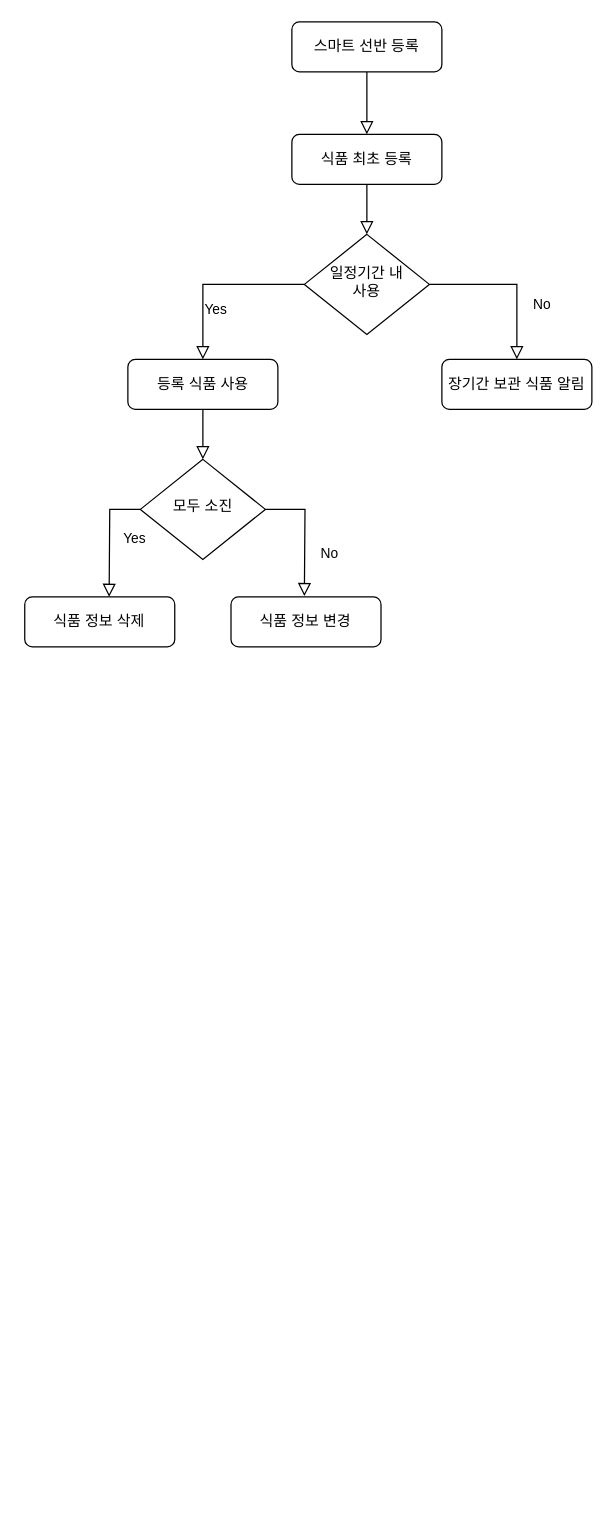
Before: 제목 없는 다이어그램.drawio in coin-cidence/FT_ieland_Introduce, a draw.io diagram. Source tidied: cells renumbered, new cells numbered last; positions are measured from the earlier drawing's top-left corner, leaving out a move shared by most shapes. Both pictures are drawn from the tidied source at 125%, with x=0, y=0 at pixel (24, 21). Pictures stored in the file or linked from it are replaced by grey dashed boxes.
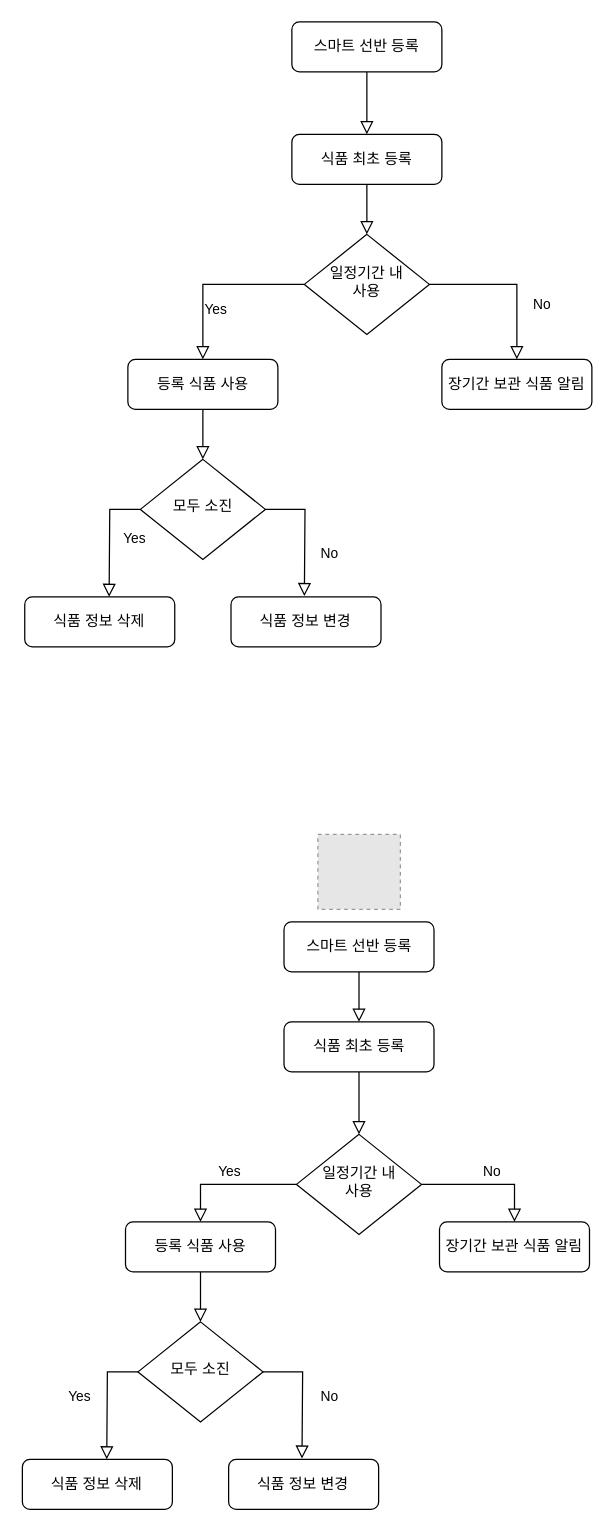
Above is the later version.

Commit message:
유즈케이스 다이어그램.drawio 업데이트

The edit, as a diff of the source:
```diff
@@
+    <mxCell id="17" style="rounded=0;html=1;jettySize=auto;fontSize=11;endArrow=block;endFill=0;endSize=8;strokeWidth=1;shadow=0;labelBackgroundColor=none;edgeStyle=orthogonalEdgeStyle;entryX=0.5;entryY=0;entryDx=0;entryDy=0;" parent="1" edge="1" source="18" target="25">
+      <mxGeometry relative="1" as="geometry" />
+    </mxCell>
+    <mxCell id="18" value="스마트 선반 등록" style="rounded=1;whiteSpace=wrap;html=1;fontSize=12;glass=0;strokeWidth=1;shadow=0;" parent="1" vertex="1">
+      <mxGeometry x="207.7" y="720" width="120" height="40" as="geometry" />
+    </mxCell>
+    <mxCell id="19" value="Yes" style="rounded=0;html=1;jettySize=auto;fontSize=11;endArrow=block;endFill=0;endSize=8;strokeWidth=1;shadow=0;labelBackgroundColor=none;edgeStyle=orthogonalEdgeStyle;entryX=0.5;entryY=0;entryDx=0;entryDy=0;exitX=0;exitY=0.5;exitDx=0;exitDy=0;" parent="1" edge="1" source="22">
+      <mxGeometry x="-0.05" y="-22" relative="1" as="geometry">
+        <mxPoint x="65.9" y="1150" as="targetPoint" />
+      </mxGeometry>
+    </mxCell>
+    <mxCell id="20" value="등록 식품 사용" style="rounded=1;whiteSpace=wrap;html=1;fontSize=12;glass=0;strokeWidth=1;shadow=0;" parent="1" vertex="1">
+      <mxGeometry x="80.9" y="960" width="120" height="40" as="geometry" />
+    </mxCell>
+    <mxCell id="21" value="No" style="rounded=0;html=1;jettySize=auto;fontSize=11;endArrow=block;endFill=0;endSize=8;strokeWidth=1;shadow=0;labelBackgroundColor=none;edgeStyle=orthogonalEdgeStyle;entryX=0.427;entryY=-0.015;entryDx=0;entryDy=0;entryPerimeter=0;exitX=1;exitY=0.5;exitDx=0;exitDy=0;" parent="1" edge="1" source="22">
+      <mxGeometry x="0.02" y="22" relative="1" as="geometry">
+        <mxPoint x="222.1" y="1149.4" as="targetPoint" />
+      </mxGeometry>
+    </mxCell>
+    <mxCell id="22" value="모두 소진" style="rhombus;whiteSpace=wrap;html=1;shadow=0;fontFamily=Helvetica;fontSize=12;align=center;strokeWidth=1;spacing=6;spacingTop=-4;" parent="1" vertex="1">
+      <mxGeometry x="90.9" y="1040" width="100" height="80" as="geometry" />
+    </mxCell>
+    <mxCell id="23" value="장기간 보관 식품 알림" style="rounded=1;whiteSpace=wrap;html=1;fontSize=12;glass=0;strokeWidth=1;shadow=0;" parent="1" vertex="1">
+      <mxGeometry x="332.1" y="960" width="120" height="40" as="geometry" />
+    </mxCell>
+    <mxCell id="24" value="식품 정보 삭제" style="rounded=1;whiteSpace=wrap;html=1;fontSize=12;glass=0;strokeWidth=1;shadow=0;" parent="1" vertex="1">
+      <mxGeometry x="-1.6" y="1150" width="120" height="40" as="geometry" />
+    </mxCell>
+    <mxCell id="25" value="식품 최초 등록" style="rounded=1;whiteSpace=wrap;html=1;fontSize=12;glass=0;strokeWidth=1;shadow=0;" parent="1" vertex="1">
+      <mxGeometry x="207.7" y="800" width="120" height="40" as="geometry" />
+    </mxCell>
+    <mxCell id="26" value="식품 정보 변경" style="rounded=1;whiteSpace=wrap;html=1;fontSize=12;glass=0;strokeWidth=1;shadow=0;" parent="1" vertex="1">
+      <mxGeometry x="163.4" y="1150" width="120" height="40" as="geometry" />
+    </mxCell>
+    <mxCell id="27" style="edgeStyle=orthogonalEdgeStyle;rounded=0;html=1;jettySize=auto;fontSize=11;endArrow=block;endFill=0;endSize=8;strokeWidth=1;shadow=0;labelBackgroundColor=none;exitX=0.5;exitY=1;exitDx=0;exitDy=0;entryX=0.5;entryY=0;entryDx=0;entryDy=0;" parent="1" edge="1" source="20" target="22">
+      <mxGeometry y="10" relative="1" as="geometry" />
+    </mxCell>
+    <mxCell id="28" value="No" style="rounded=0;html=1;jettySize=auto;fontSize=11;endArrow=block;endFill=0;endSize=8;strokeWidth=1;shadow=0;labelBackgroundColor=none;edgeStyle=orthogonalEdgeStyle;entryX=0.5;entryY=0;entryDx=0;entryDy=0;exitX=1;exitY=0.5;exitDx=0;exitDy=0;" parent="1" edge="1" source="29" target="23">
+      <mxGeometry x="0.08" y="10" relative="1" as="geometry" />
+    </mxCell>
+    <mxCell id="29" value="일정기간&amp;nbsp;&lt;span style=&quot;background-color: initial;&quot;&gt;내&lt;/span&gt;&lt;div&gt;&lt;span style=&quot;background-color: initial;&quot;&gt;사용&lt;/span&gt;&lt;/div&gt;" style="rhombus;whiteSpace=wrap;html=1;shadow=0;fontFamily=Helvetica;fontSize=12;align=center;strokeWidth=1;spacing=6;spacingTop=-4;" parent="1" vertex="1">
+      <mxGeometry x="217.7" y="890" width="100" height="80" as="geometry" />
+    </mxCell>
+    <mxCell id="30" style="rounded=0;html=1;jettySize=auto;fontSize=11;endArrow=block;endFill=0;endSize=8;strokeWidth=1;shadow=0;labelBackgroundColor=none;edgeStyle=orthogonalEdgeStyle;entryX=0.5;entryY=0;entryDx=0;entryDy=0;exitX=0.5;exitY=1;exitDx=0;exitDy=0;" parent="1" edge="1" source="25" target="29">
+      <mxGeometry relative="1" as="geometry" />
+    </mxCell>
+    <mxCell id="31" style="fillColor=#E6E6E6;strokeColor=#999999;dashed=1;verticalLabelPosition=bottom;labelBackgroundColor=default;verticalAlign=top;" parent="1" vertex="1">
+      <mxGeometry x="234.8" y="650" width="66" height="60" as="geometry" />
+    </mxCell>
+    <mxCell id="32" value="Yes" style="rounded=0;html=1;jettySize=auto;fontSize=11;endArrow=block;endFill=0;endSize=8;strokeWidth=1;shadow=0;labelBackgroundColor=none;edgeStyle=orthogonalEdgeStyle;entryX=0.5;entryY=0;entryDx=0;entryDy=0;exitX=0;exitY=0.5;exitDx=0;exitDy=0;" parent="1" edge="1" source="29" target="20">
+      <mxGeometry x="0.01" y="-10" relative="1" as="geometry" />
+    </mxCell>
```
